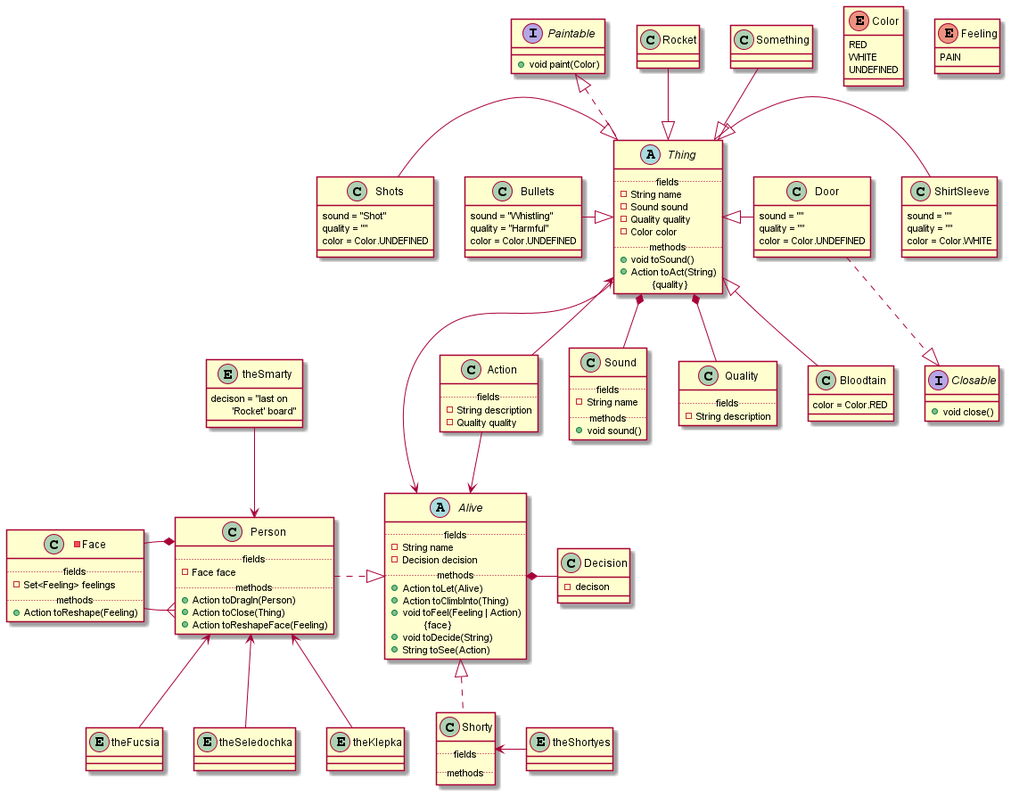
This is lab-4/UML-class-diagram.png from e1turin/itmo-programming, a PlantUML export, as it was before one commit.
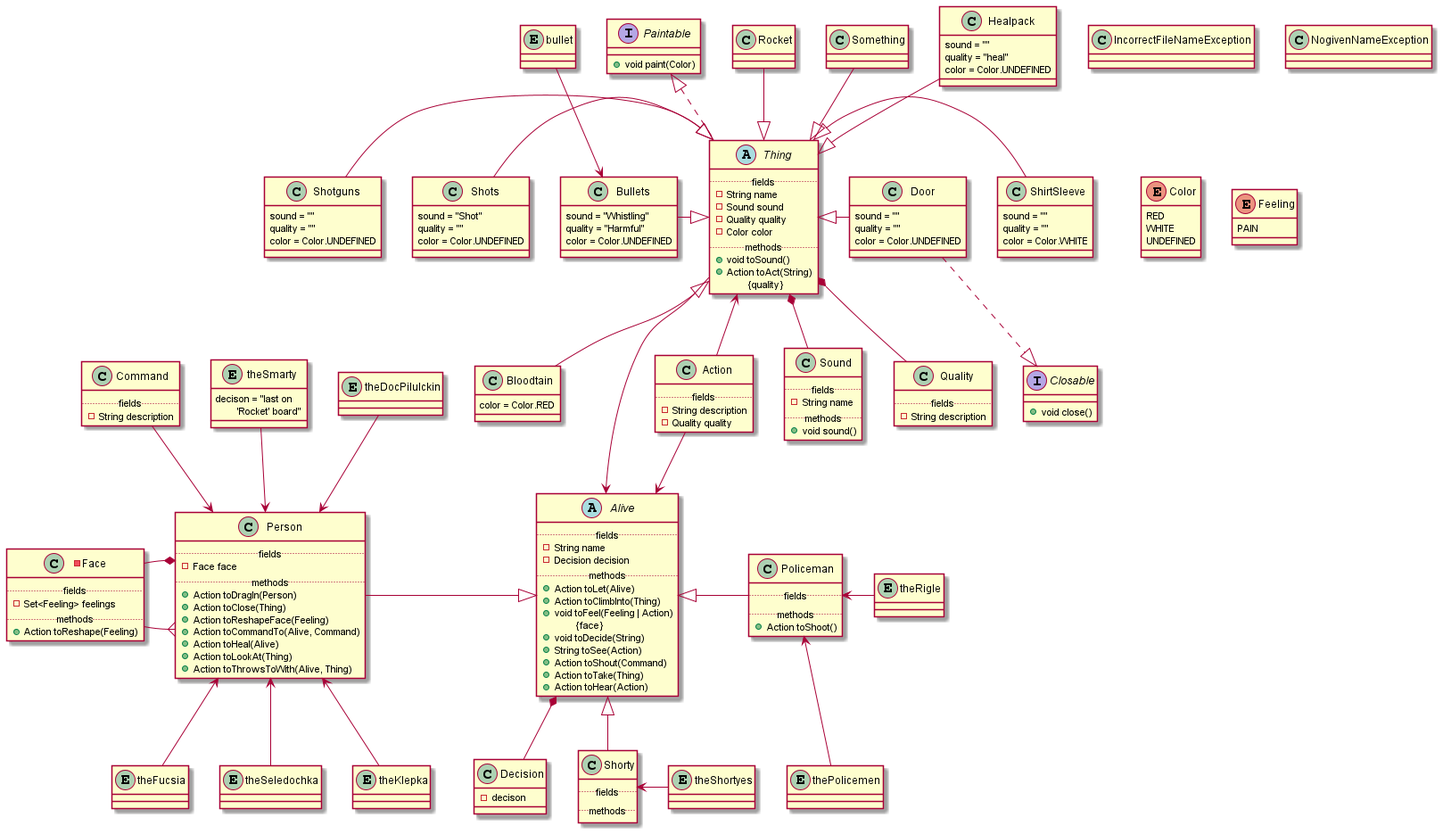
The same diagram one commit later.

Change to the diagram source:
```diff
@@ -1,4 +1,7 @@
 @startuml
+
+class IncorrectFileNameException
+class NogivenNameException
 
 enum Color {
     RED
@@ -29,6 +32,11 @@
 }
 
 class Quality {
+    .. fields ..
+    - {field} String description
+}
+
+class Command {
     .. fields ..
     - {field} String description
 }
@@ -64,6 +72,9 @@
     {field} color = Color.UNDEFINED
 }
     Bullets -|> Thing
+entity bullet
+    bullet --> Bullets
+
 class Something {
     {field} /' ? '/
 }
@@ -85,6 +96,18 @@
 }
     Thing <|- Door
     Door ..|> Closable
+class Shotguns {
+    {field} sound = ""
+    {field} quality = ""
+    {field} color = Color.UNDEFINED
+}
+    Shotguns -|> Thing
+class Healpack {
+    {field} sound = ""
+    {field} quality = "heal"
+    {field} color = Color.UNDEFINED
+}
+    Healpack --|> Thing
 
 abstract class Alive {
     .. fields ..
@@ -97,12 +120,15 @@
                 \t{face}
     + {method} void toDecide(String) /' decision '/
     + {method} String toSee(Action) /' action '/
+    + {method} Action toShout(Command)
+    + {method} Action toTake(Thing)
+    + {method} Action toHear(Action)
 }
 
 class Decision {
     - {field} decison
 }
-Alive *- Decision
+Alive *-- Decision
 
 
 class Person {
@@ -112,10 +138,15 @@
     + {method} Action toDragIn(Person)
     + {method} Action toClose(Thing)
     + {method} Action toReshapeFace(Feeling)
+    + {method} Action toCommandTo(Alive, Command)
+    + {method} Action toHeal(Alive)
+    + {method} Action toLookAt(Thing)
+    + {method} Action toThrowsToWith(Alive, Thing)
 }
+Command --> Person
 Thing --> Alive
 Action --> Alive
-Person .|> Alive
+Person -|> Alive
 -class Face {
     .. fields ..
     - {field} Set<Feeling> feelings /'ordered set'/
@@ -128,7 +159,15 @@
     .. fields ..
     .. methods ..
 }
-Alive <|.. Shorty
+Alive <|-- Shorty
+
+class Policeman {
+    .. fields ..
+    .. methods ..
+    +{method} Action toShoot()
+}
+Alive <|- Policeman
+
 
 entity theFucsia
     Person <-- theFucsia
@@ -143,6 +182,12 @@
             \t'Rocket' board"
 }
     theSmarty --> Person
+entity theRigle
+    Policeman <- theRigle
+entity thePolicemen
+    Policeman <-- thePolicemen
+entity theDocPilulckin
+    theDocPilulckin --> Person
 
 
 
```
